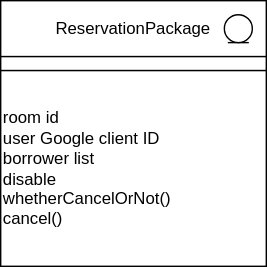
Before: Drawio/D_2_5.2.6.drawio.svg, a diagram exported from draw.io (CCCpeggy/Reservatio-system). Source tidied: cells renumbered, new cells last; positions are measured from the earlier drawing's top-left corner, leaving out a move shared by most shapes. Its diagram source:
```xml
<mxGraphModel>
  <root>
    <mxCell id="0" />
    <mxCell id="1" parent="0" />
    <mxCell id="2" value="ReservationPackage" style="rounded=0;whiteSpace=wrap;html=1;" parent="1" vertex="1">
      <mxGeometry width="190" height="40" as="geometry" />
    </mxCell>
    <mxCell id="3" style="rounded=0;whiteSpace=wrap;html=1;" parent="1" vertex="1">
      <mxGeometry y="40" width="190" height="10" as="geometry" />
    </mxCell>
    <mxCell id="4" value="&lt;div&gt;&amp;nbsp; room id&lt;/div&gt;&lt;div&gt;&amp;nbsp; user Google client ID&lt;/div&gt;&lt;div&gt;&amp;nbsp; borrower list&lt;/div&gt;&lt;div&gt;&amp;nbsp; disable&lt;/div&gt;&lt;div&gt;&amp;nbsp; whetherCancelOrNot()&lt;/div&gt;&lt;div&gt;&amp;nbsp; cancel()&lt;/div&gt;" style="rounded=0;whiteSpace=wrap;html=1;align=left;" parent="1" vertex="1">
      <mxGeometry y="50" width="190" height="140" as="geometry" />
    </mxCell>
    <mxCell id="5" style="ellipse;shape=umlEntity;whiteSpace=wrap;html=1;" parent="1" vertex="1">
      <mxGeometry x="160" y="10" width="20" height="20" as="geometry" />
    </mxCell>
  </root>
</mxGraphModel>
```
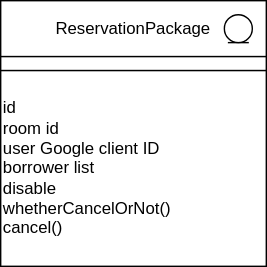
Later version of the same file.

Change to the diagram source:
```diff
@@ -8,7 +8,7 @@
     <mxCell id="3" style="rounded=0;whiteSpace=wrap;html=1;" parent="1" vertex="1">
       <mxGeometry y="40" width="190" height="10" as="geometry" />
     </mxCell>
-    <mxCell id="4" value="&lt;div&gt;&amp;nbsp; room id&lt;/div&gt;&lt;div&gt;&amp;nbsp; user Google client ID&lt;/div&gt;&lt;div&gt;&amp;nbsp; borrower list&lt;/div&gt;&lt;div&gt;&amp;nbsp; disable&lt;/div&gt;&lt;div&gt;&amp;nbsp; whetherCancelOrNot()&lt;/div&gt;&lt;div&gt;&amp;nbsp; cancel()&lt;/div&gt;" style="rounded=0;whiteSpace=wrap;html=1;align=left;" parent="1" vertex="1">
+    <mxCell id="4" value="&lt;div&gt;&amp;nbsp; id&lt;/div&gt;&lt;div&gt;&amp;nbsp; room id&lt;/div&gt;&lt;div&gt;&amp;nbsp; user Google client ID&lt;/div&gt;&lt;div&gt;&amp;nbsp; borrower list&lt;/div&gt;&lt;div&gt;&amp;nbsp; disable&lt;/div&gt;&lt;div&gt;&amp;nbsp; whetherCancelOrNot()&lt;/div&gt;&lt;div&gt;&amp;nbsp; cancel()&lt;/div&gt;" style="rounded=0;whiteSpace=wrap;html=1;align=left;" parent="1" vertex="1">
       <mxGeometry y="50" width="190" height="140" as="geometry" />
     </mxCell>
     <mxCell id="5" style="ellipse;shape=umlEntity;whiteSpace=wrap;html=1;" parent="1" vertex="1">
```
